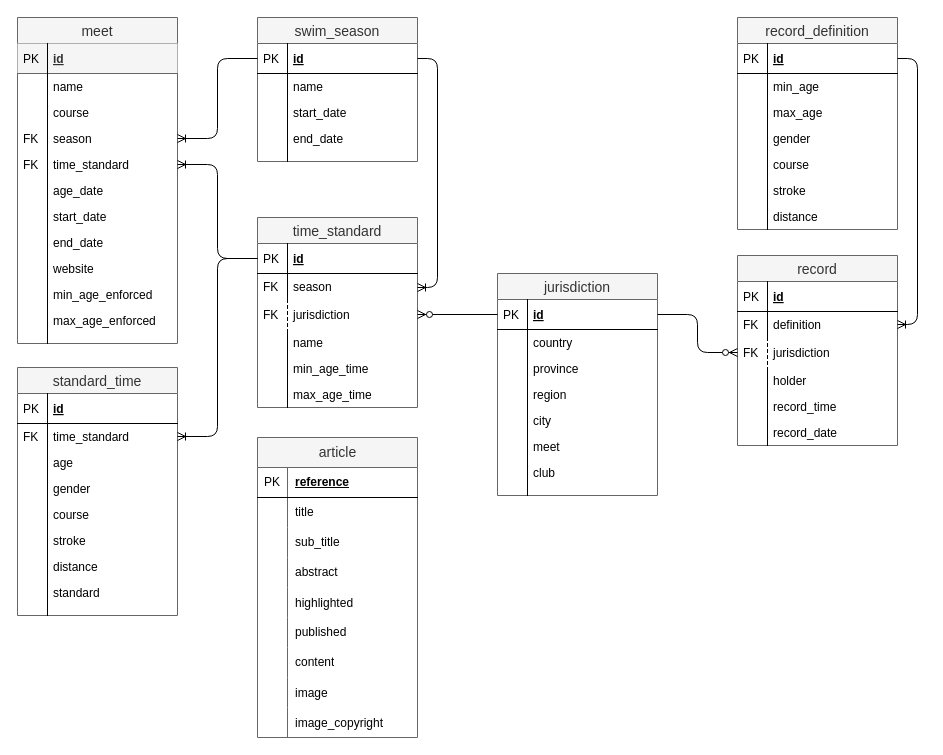
The draw.io diagram docs/models.drawio in geekswimmers/geekswimmers, before the edit. Source tidied: cells renumbered, new cells numbered last; positions are measured from the earlier drawing's top-left corner, leaving out a move shared by most shapes. Both pictures are drawn from the tidied source at 100%, with x=0, y=0 at pixel (17, 17).
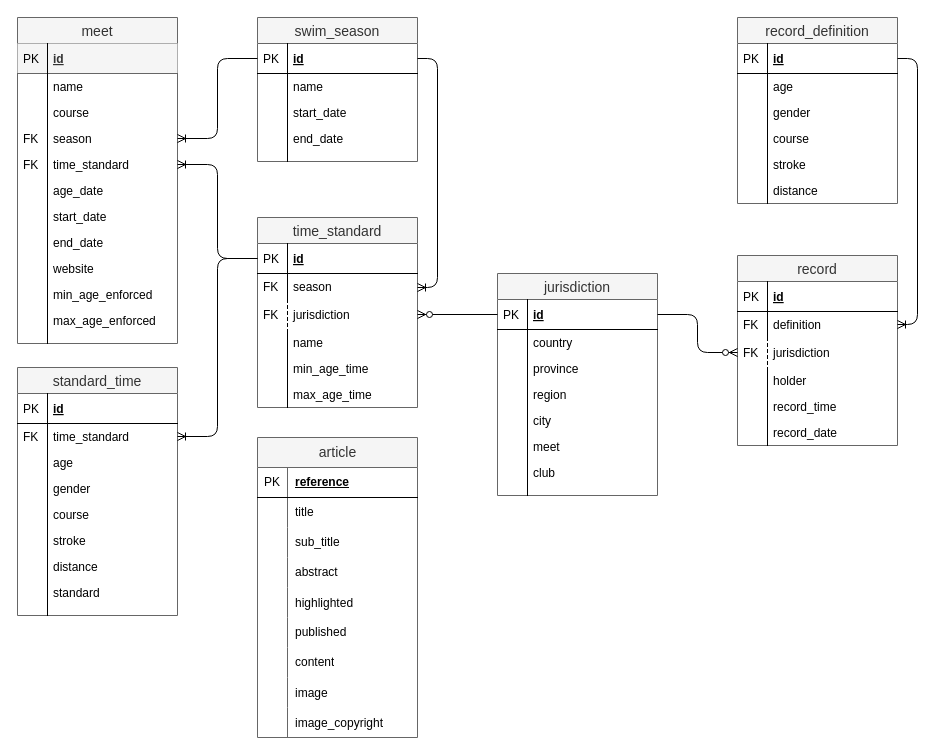
After the change.

The edit, as a diff of the source:
```diff
@@
     <mxCell id="74" value="record_definition" style="swimlane;fontStyle=0;horizontal=1;startSize=26;fillColor=#f5f5f5;swimlaneFillColor=#ffffff;align=center;fontSize=14;fontColor=#333333;strokeColor=#666666;" parent="1" vertex="1">
-      <mxGeometry x="720" width="160" height="212" as="geometry" />
+      <mxGeometry x="720" width="160" height="186" as="geometry" />
     </mxCell>
@@
-    <mxCell id="77" value="min_age" style="shape=partialRectangle;top=0;left=0;right=0;bottom=0;align=left;verticalAlign=top;fillColor=none;spacingLeft=34;spacingRight=4;overflow=hidden;fontSize=12;" parent="74" vertex="1">
+    <mxCell id="77" value="age" style="shape=partialRectangle;top=0;left=0;right=0;bottom=0;align=left;verticalAlign=top;fillColor=none;spacingLeft=34;spacingRight=4;overflow=hidden;fontSize=12;" parent="74" vertex="1">
       <mxGeometry y="56" width="160" height="26" as="geometry" />
     </mxCell>
@@
-    <mxCell id="79" value="max_age" style="shape=partialRectangle;top=0;left=0;right=0;bottom=0;align=left;verticalAlign=top;fillColor=none;spacingLeft=34;spacingRight=4;overflow=hidden;fontSize=12;" parent="74" vertex="1">
-      <mxGeometry y="82" width="160" height="26" as="geometry" />
-    </mxCell>
-    <mxCell id="80" style="shape=partialRectangle;top=0;left=0;bottom=0;fillColor=none;align=left;verticalAlign=top;spacingLeft=4;spacingRight=4;overflow=hidden;fontSize=12;" parent="79" vertex="1">
-      <mxGeometry width="30" height="26" as="geometry" />
-    </mxCell>
     <mxCell id="81" value="gender" style="shape=partialRectangle;top=0;left=0;right=0;bottom=0;align=left;verticalAlign=top;fillColor=none;spacingLeft=34;spacingRight=4;overflow=hidden;fontSize=12;" parent="74" vertex="1">
-      <mxGeometry y="108" width="160" height="26" as="geometry" />
+      <mxGeometry y="82" width="160" height="26" as="geometry" />
     </mxCell>
@@
     <mxCell id="83" value="course" style="shape=partialRectangle;top=0;left=0;right=0;bottom=0;align=left;verticalAlign=top;fillColor=none;spacingLeft=34;spacingRight=4;overflow=hidden;fontSize=12;" parent="74" vertex="1">
-      <mxGeometry y="134" width="160" height="26" as="geometry" />
+      <mxGeometry y="108" width="160" height="26" as="geometry" />
     </mxCell>
@@
     <mxCell id="85" value="stroke" style="shape=partialRectangle;top=0;left=0;right=0;bottom=0;align=left;verticalAlign=top;fillColor=none;spacingLeft=34;spacingRight=4;overflow=hidden;fontSize=12;" parent="74" vertex="1">
-      <mxGeometry y="160" width="160" height="26" as="geometry" />
+      <mxGeometry y="134" width="160" height="26" as="geometry" />
     </mxCell>
@@
     <mxCell id="87" value="distance" style="shape=partialRectangle;top=0;left=0;right=0;bottom=0;align=left;verticalAlign=top;fillColor=none;spacingLeft=34;spacingRight=4;overflow=hidden;fontSize=12;" parent="74" vertex="1">
-      <mxGeometry y="186" width="160" height="26" as="geometry" />
+      <mxGeometry y="160" width="160" height="26" as="geometry" />
     </mxCell>
```
